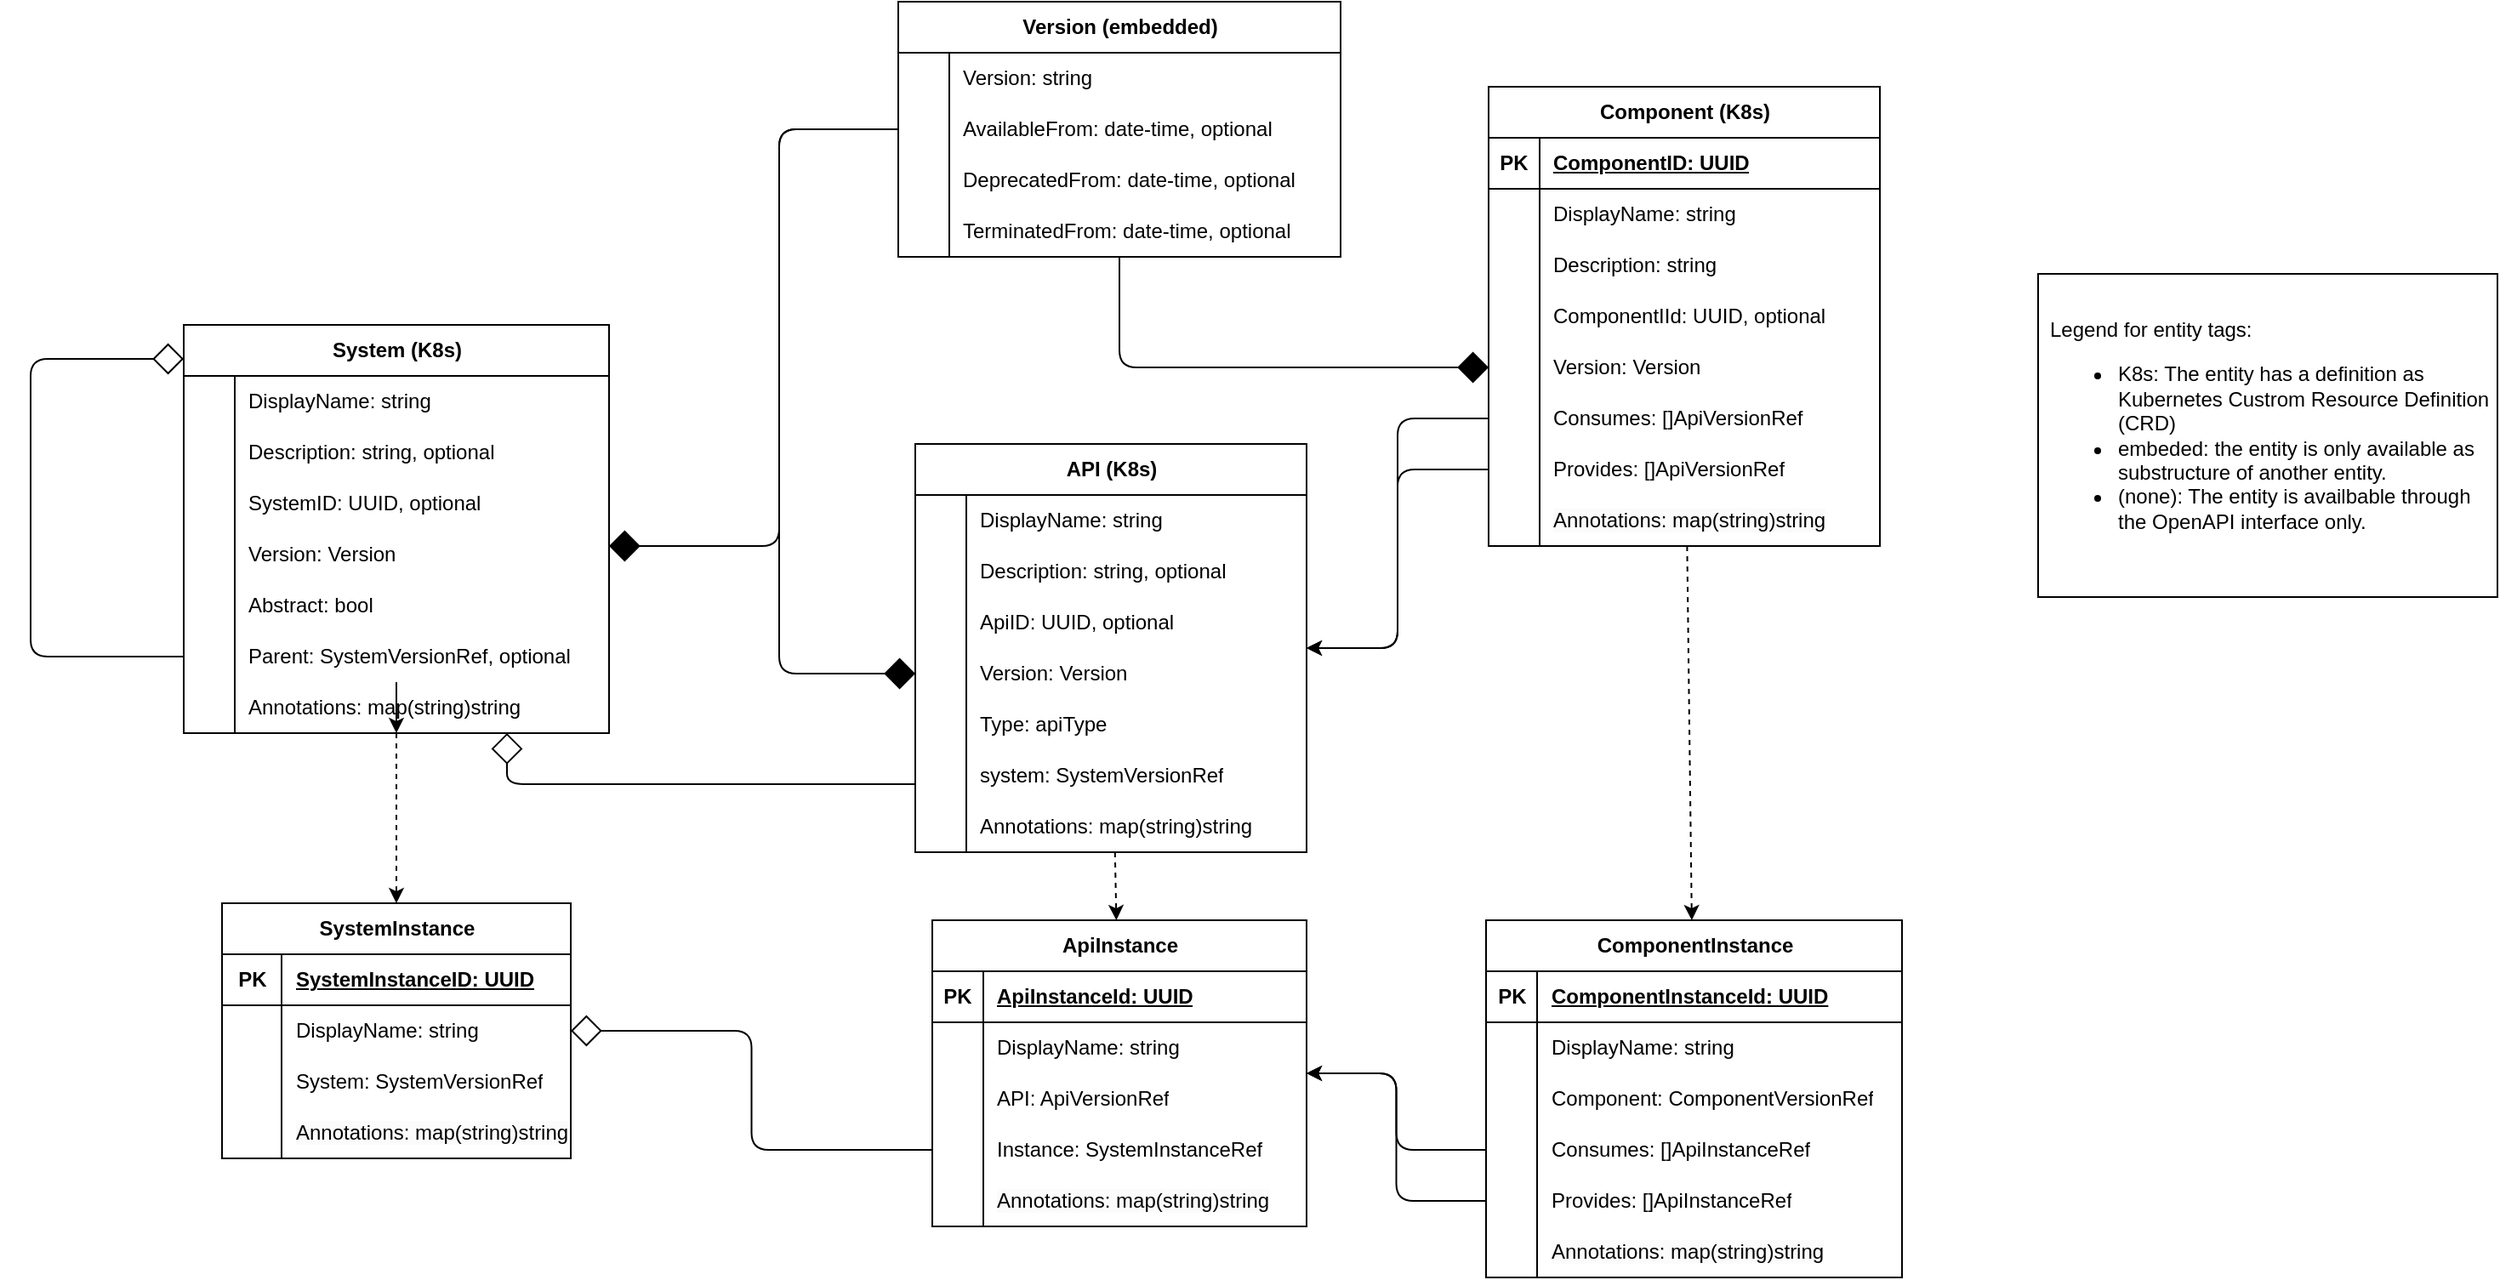
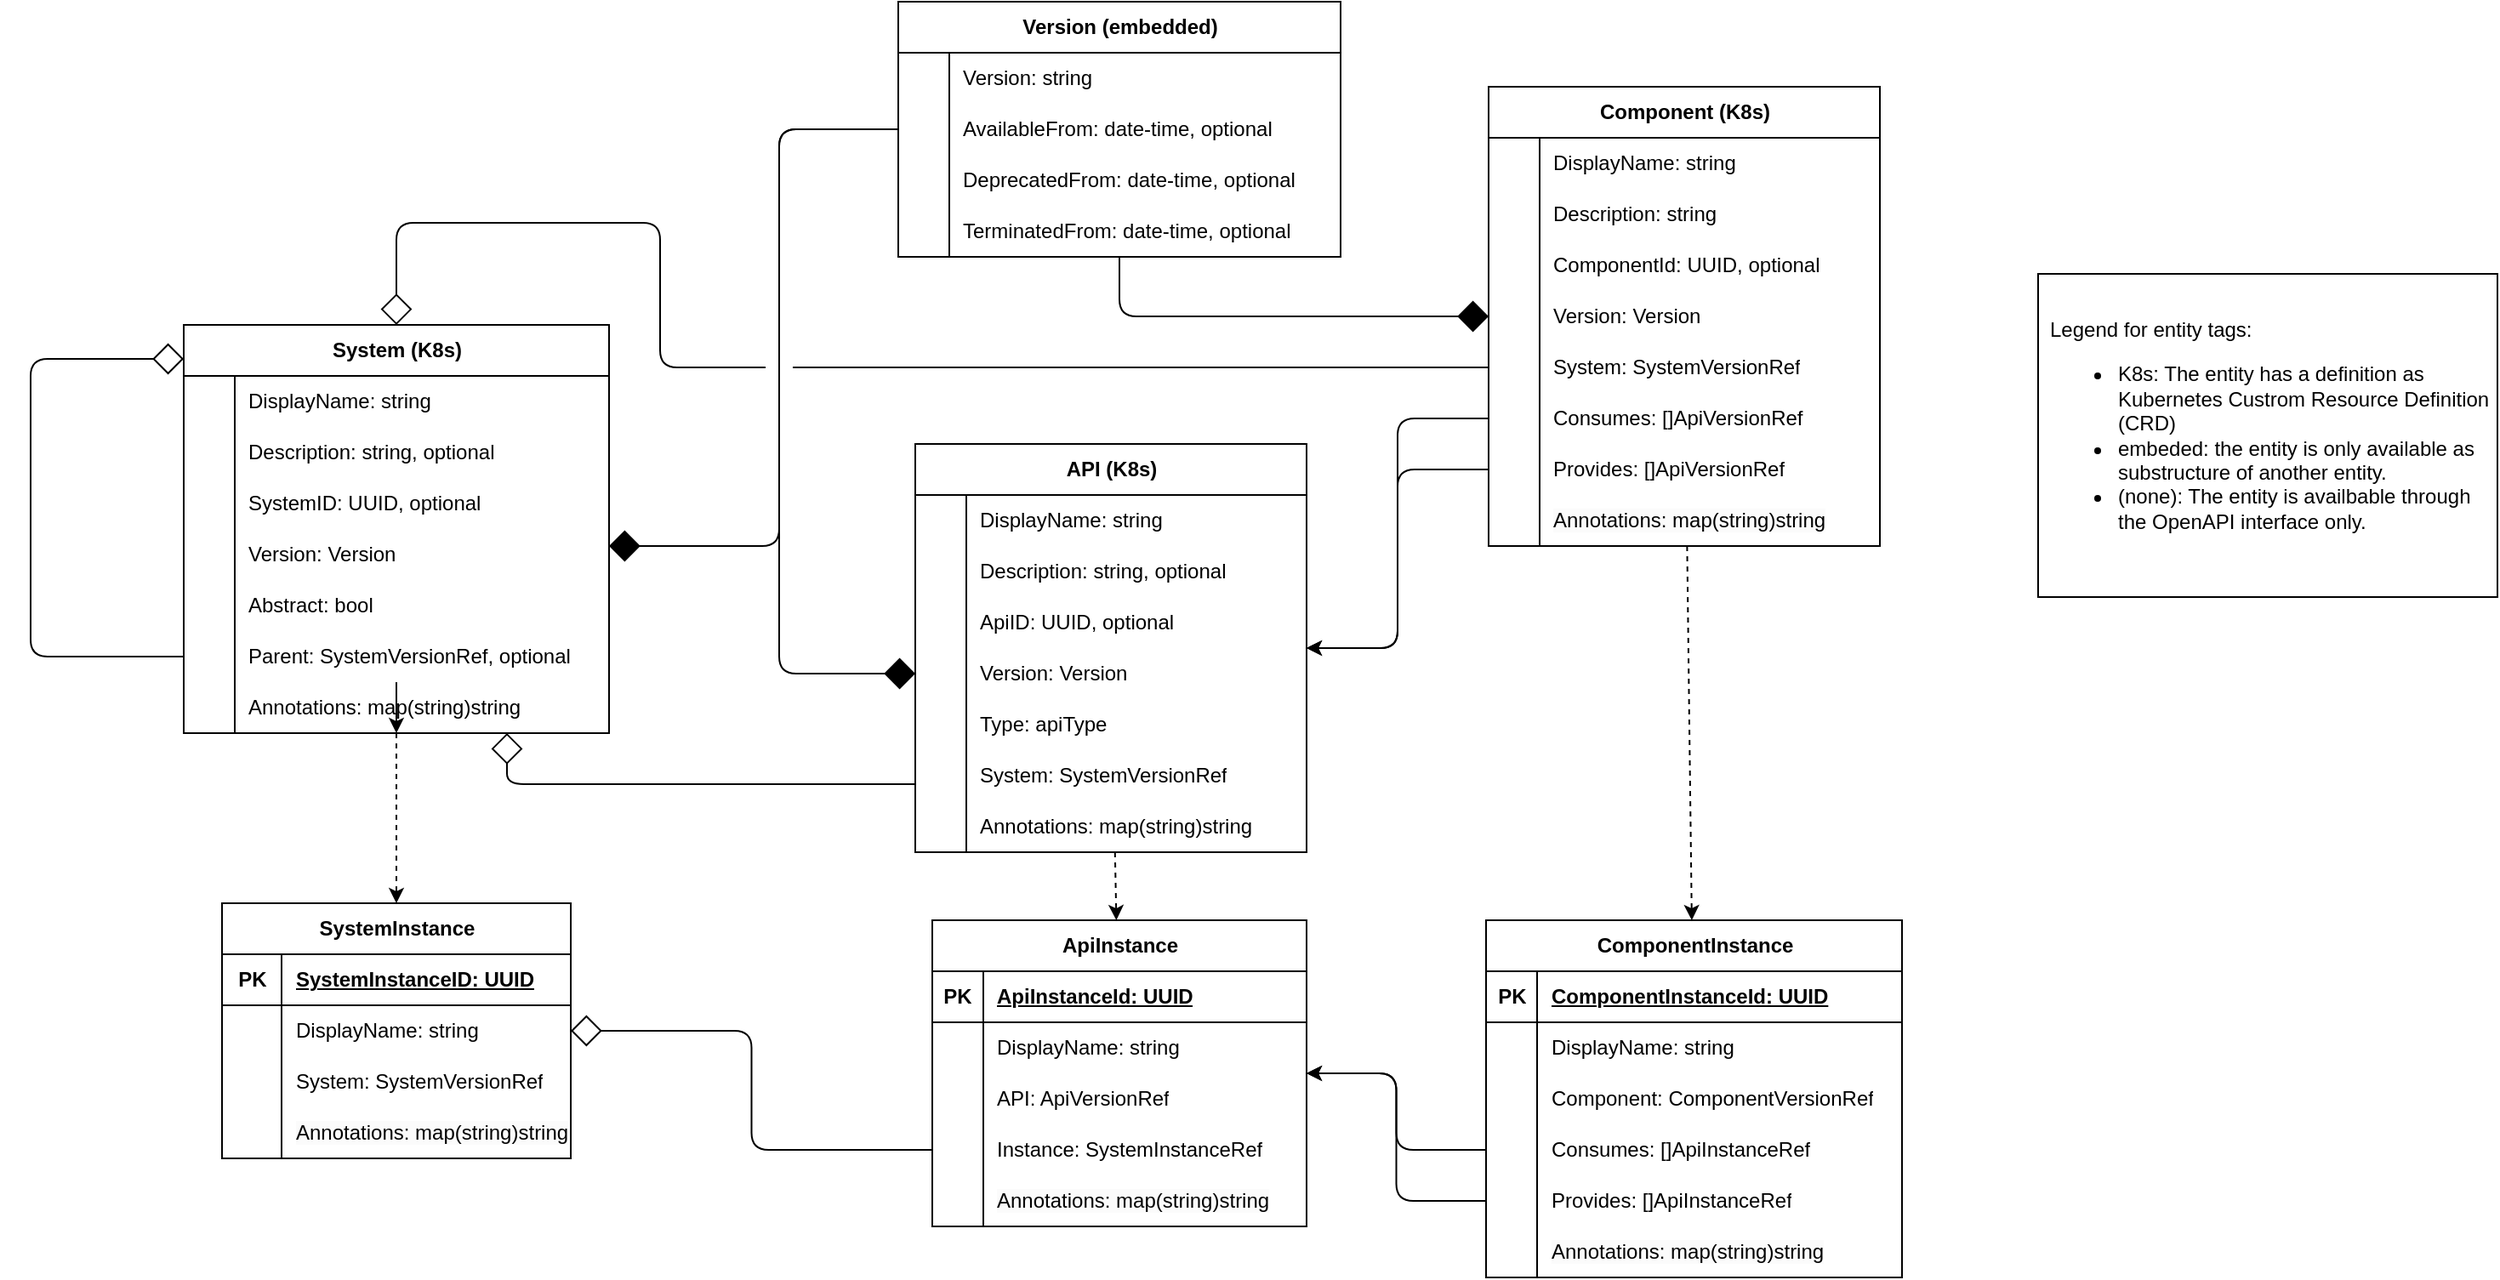
<mxfile host="65bd71144e">
    <diagram id="egGxFhZj15wtIb_rM2Mn" name="Phase 1">
-         <mxGraphModel dx="1864" dy="1625" grid="1" gridSize="10" guides="1" tooltips="1" connect="1" arrows="1" fold="1" page="1" pageScale="1" pageWidth="827" pageHeight="1169" math="0" shadow="0">
+         <mxGraphModel dx="2425" dy="1749" grid="1" gridSize="10" guides="1" tooltips="1" connect="1" arrows="1" fold="1" page="1" pageScale="1" pageWidth="827" pageHeight="1169" math="0" shadow="0">
            <root>
                <mxCell id="0"/>
                <mxCell id="1" parent="0"/>
                <mxCell id="129" style="edgeStyle=none;html=1;dashed=1;" edge="1" parent="1" source="2" target="107">
                    <mxGeometry relative="1" as="geometry"/>
                </mxCell>
                <mxCell id="2" value="System (K8s)" style="shape=table;startSize=30;container=1;collapsible=1;childLayout=tableLayout;fixedRows=1;rowLines=0;fontStyle=1;align=center;resizeLast=1;html=1;" vertex="1" parent="1">
                    <mxGeometry x="-120" y="60" width="250" height="240" as="geometry"/>
                </mxCell>
                <mxCell id="6" value="" style="shape=tableRow;horizontal=0;startSize=0;swimlaneHead=0;swimlaneBody=0;fillColor=none;collapsible=0;dropTarget=0;points=[[0,0.5],[1,0.5]];portConstraint=eastwest;top=0;left=0;right=0;bottom=0;" vertex="1" parent="2">
                    <mxGeometry y="30" width="250" height="30" as="geometry"/>
                </mxCell>
                <mxCell id="7" value="" style="shape=partialRectangle;connectable=0;fillColor=none;top=0;left=0;bottom=0;right=0;editable=1;overflow=hidden;whiteSpace=wrap;html=1;" vertex="1" parent="6">
                    <mxGeometry width="30" height="30" as="geometry">
                        <mxRectangle width="30" height="30" as="alternateBounds"/>
                    </mxGeometry>
                </mxCell>
                <mxCell id="8" value="DisplayName: string" style="shape=partialRectangle;connectable=0;fillColor=none;top=0;left=0;bottom=0;right=0;align=left;spacingLeft=6;overflow=hidden;whiteSpace=wrap;html=1;" vertex="1" parent="6">
                    <mxGeometry x="30" width="220" height="30" as="geometry">
                        <mxRectangle width="220" height="30" as="alternateBounds"/>
                    </mxGeometry>
                </mxCell>
                <mxCell id="151" style="shape=tableRow;horizontal=0;startSize=0;swimlaneHead=0;swimlaneBody=0;fillColor=none;collapsible=0;dropTarget=0;points=[[0,0.5],[1,0.5]];portConstraint=eastwest;top=0;left=0;right=0;bottom=0;" vertex="1" parent="2">
                    <mxGeometry y="60" width="250" height="30" as="geometry"/>
                </mxCell>
                <mxCell id="152" style="shape=partialRectangle;connectable=0;fillColor=none;top=0;left=0;bottom=0;right=0;editable=1;overflow=hidden;whiteSpace=wrap;html=1;" vertex="1" parent="151">
                    <mxGeometry width="30" height="30" as="geometry">
                        <mxRectangle width="30" height="30" as="alternateBounds"/>
                    </mxGeometry>
                </mxCell>
                <mxCell id="153" value="Description: string, optional" style="shape=partialRectangle;connectable=0;fillColor=none;top=0;left=0;bottom=0;right=0;align=left;spacingLeft=6;overflow=hidden;whiteSpace=wrap;html=1;" vertex="1" parent="151">
                    <mxGeometry x="30" width="220" height="30" as="geometry">
                        <mxRectangle width="220" height="30" as="alternateBounds"/>
                    </mxGeometry>
                </mxCell>
                <mxCell id="123" style="shape=tableRow;horizontal=0;startSize=0;swimlaneHead=0;swimlaneBody=0;fillColor=none;collapsible=0;dropTarget=0;points=[[0,0.5],[1,0.5]];portConstraint=eastwest;top=0;left=0;right=0;bottom=0;" vertex="1" parent="2">
                    <mxGeometry y="90" width="250" height="30" as="geometry"/>
                </mxCell>
                <mxCell id="124" style="shape=partialRectangle;connectable=0;fillColor=none;top=0;left=0;bottom=0;right=0;editable=1;overflow=hidden;whiteSpace=wrap;html=1;" vertex="1" parent="123">
                    <mxGeometry width="30" height="30" as="geometry">
                        <mxRectangle width="30" height="30" as="alternateBounds"/>
                    </mxGeometry>
                </mxCell>
                <mxCell id="125" value="SystemID: UUID, optional" style="shape=partialRectangle;connectable=0;fillColor=none;top=0;left=0;bottom=0;right=0;align=left;spacingLeft=6;overflow=hidden;whiteSpace=wrap;html=1;" vertex="1" parent="123">
                    <mxGeometry x="30" width="220" height="30" as="geometry">
                        <mxRectangle width="220" height="30" as="alternateBounds"/>
                    </mxGeometry>
                </mxCell>
                <mxCell id="94" style="shape=tableRow;horizontal=0;startSize=0;swimlaneHead=0;swimlaneBody=0;fillColor=none;collapsible=0;dropTarget=0;points=[[0,0.5],[1,0.5]];portConstraint=eastwest;top=0;left=0;right=0;bottom=0;" vertex="1" parent="2">
                    <mxGeometry y="120" width="250" height="30" as="geometry"/>
                </mxCell>
                <mxCell id="95" style="shape=partialRectangle;connectable=0;fillColor=none;top=0;left=0;bottom=0;right=0;editable=1;overflow=hidden;whiteSpace=wrap;html=1;" vertex="1" parent="94">
                    <mxGeometry width="30" height="30" as="geometry">
                        <mxRectangle width="30" height="30" as="alternateBounds"/>
                    </mxGeometry>
                </mxCell>
                <mxCell id="96" value="Version: Version" style="shape=partialRectangle;connectable=0;fillColor=none;top=0;left=0;bottom=0;right=0;align=left;spacingLeft=6;overflow=hidden;whiteSpace=wrap;html=1;" vertex="1" parent="94">
                    <mxGeometry x="30" width="220" height="30" as="geometry">
                        <mxRectangle width="220" height="30" as="alternateBounds"/>
                    </mxGeometry>
                </mxCell>
                <mxCell id="157" style="shape=tableRow;horizontal=0;startSize=0;swimlaneHead=0;swimlaneBody=0;fillColor=none;collapsible=0;dropTarget=0;points=[[0,0.5],[1,0.5]];portConstraint=eastwest;top=0;left=0;right=0;bottom=0;" vertex="1" parent="2">
                    <mxGeometry y="150" width="250" height="30" as="geometry"/>
                </mxCell>
                <mxCell id="158" style="shape=partialRectangle;connectable=0;fillColor=none;top=0;left=0;bottom=0;right=0;editable=1;overflow=hidden;whiteSpace=wrap;html=1;" vertex="1" parent="157">
                    <mxGeometry width="30" height="30" as="geometry">
                        <mxRectangle width="30" height="30" as="alternateBounds"/>
                    </mxGeometry>
                </mxCell>
                <mxCell id="159" value="Abstract: bool" style="shape=partialRectangle;connectable=0;fillColor=none;top=0;left=0;bottom=0;right=0;align=left;spacingLeft=6;overflow=hidden;whiteSpace=wrap;html=1;" vertex="1" parent="157">
                    <mxGeometry x="30" width="220" height="30" as="geometry">
                        <mxRectangle width="220" height="30" as="alternateBounds"/>
                    </mxGeometry>
                </mxCell>
                <mxCell id="172" style="shape=tableRow;horizontal=0;startSize=0;swimlaneHead=0;swimlaneBody=0;fillColor=none;collapsible=0;dropTarget=0;points=[[0,0.5],[1,0.5]];portConstraint=eastwest;top=0;left=0;right=0;bottom=0;" vertex="1" parent="2">
                    <mxGeometry y="180" width="250" height="30" as="geometry"/>
                </mxCell>
                <mxCell id="173" style="shape=partialRectangle;connectable=0;fillColor=none;top=0;left=0;bottom=0;right=0;editable=1;overflow=hidden;whiteSpace=wrap;html=1;" vertex="1" parent="172">
                    <mxGeometry width="30" height="30" as="geometry">
                        <mxRectangle width="30" height="30" as="alternateBounds"/>
                    </mxGeometry>
                </mxCell>
                <mxCell id="174" value="Parent: SystemVersionRef, optional" style="shape=partialRectangle;connectable=0;fillColor=none;top=0;left=0;bottom=0;right=0;align=left;spacingLeft=6;overflow=hidden;whiteSpace=wrap;html=1;" vertex="1" parent="172">
                    <mxGeometry x="30" width="220" height="30" as="geometry">
                        <mxRectangle width="220" height="30" as="alternateBounds"/>
                    </mxGeometry>
                </mxCell>
                <mxCell id="190" style="shape=tableRow;horizontal=0;startSize=0;swimlaneHead=0;swimlaneBody=0;fillColor=none;collapsible=0;dropTarget=0;points=[[0,0.5],[1,0.5]];portConstraint=eastwest;top=0;left=0;right=0;bottom=0;" vertex="1" parent="2">
                    <mxGeometry y="210" width="250" height="30" as="geometry"/>
                </mxCell>
                <mxCell id="191" style="shape=partialRectangle;connectable=0;fillColor=none;top=0;left=0;bottom=0;right=0;editable=1;overflow=hidden;whiteSpace=wrap;html=1;" vertex="1" parent="190">
                    <mxGeometry width="30" height="30" as="geometry">
                        <mxRectangle width="30" height="30" as="alternateBounds"/>
                    </mxGeometry>
                </mxCell>
                <mxCell id="192" value="Annotations: map(string)string" style="shape=partialRectangle;connectable=0;fillColor=none;top=0;left=0;bottom=0;right=0;align=left;spacingLeft=6;overflow=hidden;whiteSpace=wrap;html=1;" vertex="1" parent="190">
                    <mxGeometry x="30" width="220" height="30" as="geometry">
                        <mxRectangle width="220" height="30" as="alternateBounds"/>
                    </mxGeometry>
                </mxCell>
                <mxCell id="176" style="edgeStyle=orthogonalEdgeStyle;html=1;endArrow=diamond;endFill=0;endSize=16;startSize=16;" edge="1" parent="2" source="172" target="2">
                    <mxGeometry relative="1" as="geometry">
                        <mxPoint x="10" y="280" as="targetPoint"/>
                        <Array as="points">
                            <mxPoint x="-90" y="195"/>
                            <mxPoint x="-90" y="20"/>
                        </Array>
                    </mxGeometry>
                </mxCell>
                <mxCell id="99" style="edgeStyle=none;html=1;dashed=1;" edge="1" parent="1" source="30" target="44">
                    <mxGeometry relative="1" as="geometry">
                        <mxPoint x="427.727272727273" y="400" as="sourcePoint"/>
                    </mxGeometry>
                </mxCell>
                <mxCell id="30" value="API (K8s)" style="shape=table;startSize=30;container=1;collapsible=1;childLayout=tableLayout;fixedRows=1;rowLines=0;fontStyle=1;align=center;resizeLast=1;html=1;" vertex="1" parent="1">
                    <mxGeometry x="310" y="130" width="230" height="240" as="geometry"/>
                </mxCell>
                <mxCell id="34" value="" style="shape=tableRow;horizontal=0;startSize=0;swimlaneHead=0;swimlaneBody=0;fillColor=none;collapsible=0;dropTarget=0;points=[[0,0.5],[1,0.5]];portConstraint=eastwest;top=0;left=0;right=0;bottom=0;" vertex="1" parent="30">
                    <mxGeometry y="30" width="230" height="30" as="geometry"/>
                </mxCell>
                <mxCell id="35" value="" style="shape=partialRectangle;connectable=0;fillColor=none;top=0;left=0;bottom=0;right=0;editable=1;overflow=hidden;whiteSpace=wrap;html=1;" vertex="1" parent="34">
                    <mxGeometry width="30" height="30" as="geometry">
                        <mxRectangle width="30" height="30" as="alternateBounds"/>
                    </mxGeometry>
                </mxCell>
                <mxCell id="36" value="DisplayName: string" style="shape=partialRectangle;connectable=0;fillColor=none;top=0;left=0;bottom=0;right=0;align=left;spacingLeft=6;overflow=hidden;whiteSpace=wrap;html=1;" vertex="1" parent="34">
                    <mxGeometry x="30" width="200" height="30" as="geometry">
                        <mxRectangle width="200" height="30" as="alternateBounds"/>
                    </mxGeometry>
                </mxCell>
                <mxCell id="154" style="shape=tableRow;horizontal=0;startSize=0;swimlaneHead=0;swimlaneBody=0;fillColor=none;collapsible=0;dropTarget=0;points=[[0,0.5],[1,0.5]];portConstraint=eastwest;top=0;left=0;right=0;bottom=0;" vertex="1" parent="30">
                    <mxGeometry y="60" width="230" height="30" as="geometry"/>
                </mxCell>
                <mxCell id="155" style="shape=partialRectangle;connectable=0;fillColor=none;top=0;left=0;bottom=0;right=0;editable=1;overflow=hidden;whiteSpace=wrap;html=1;" vertex="1" parent="154">
                    <mxGeometry width="30" height="30" as="geometry">
                        <mxRectangle width="30" height="30" as="alternateBounds"/>
                    </mxGeometry>
                </mxCell>
                <mxCell id="156" value="Description: string, optional" style="shape=partialRectangle;connectable=0;fillColor=none;top=0;left=0;bottom=0;right=0;align=left;spacingLeft=6;overflow=hidden;whiteSpace=wrap;html=1;" vertex="1" parent="154">
                    <mxGeometry x="30" width="200" height="30" as="geometry">
                        <mxRectangle width="200" height="30" as="alternateBounds"/>
                    </mxGeometry>
                </mxCell>
                <mxCell id="126" style="shape=tableRow;horizontal=0;startSize=0;swimlaneHead=0;swimlaneBody=0;fillColor=none;collapsible=0;dropTarget=0;points=[[0,0.5],[1,0.5]];portConstraint=eastwest;top=0;left=0;right=0;bottom=0;" vertex="1" parent="30">
                    <mxGeometry y="90" width="230" height="30" as="geometry"/>
                </mxCell>
                <mxCell id="127" style="shape=partialRectangle;connectable=0;fillColor=none;top=0;left=0;bottom=0;right=0;editable=1;overflow=hidden;whiteSpace=wrap;html=1;" vertex="1" parent="126">
                    <mxGeometry width="30" height="30" as="geometry">
                        <mxRectangle width="30" height="30" as="alternateBounds"/>
                    </mxGeometry>
                </mxCell>
                <mxCell id="128" value="ApiID: UUID, optional" style="shape=partialRectangle;connectable=0;fillColor=none;top=0;left=0;bottom=0;right=0;align=left;spacingLeft=6;overflow=hidden;whiteSpace=wrap;html=1;" vertex="1" parent="126">
                    <mxGeometry x="30" width="200" height="30" as="geometry">
                        <mxRectangle width="200" height="30" as="alternateBounds"/>
                    </mxGeometry>
                </mxCell>
                <mxCell id="89" style="shape=tableRow;horizontal=0;startSize=0;swimlaneHead=0;swimlaneBody=0;fillColor=none;collapsible=0;dropTarget=0;points=[[0,0.5],[1,0.5]];portConstraint=eastwest;top=0;left=0;right=0;bottom=0;" vertex="1" parent="30">
                    <mxGeometry y="120" width="230" height="30" as="geometry"/>
                </mxCell>
                <mxCell id="90" style="shape=partialRectangle;connectable=0;fillColor=none;top=0;left=0;bottom=0;right=0;editable=1;overflow=hidden;whiteSpace=wrap;html=1;" vertex="1" parent="89">
                    <mxGeometry width="30" height="30" as="geometry">
                        <mxRectangle width="30" height="30" as="alternateBounds"/>
                    </mxGeometry>
                </mxCell>
                <mxCell id="91" value="Version: Version" style="shape=partialRectangle;connectable=0;fillColor=none;top=0;left=0;bottom=0;right=0;align=left;spacingLeft=6;overflow=hidden;whiteSpace=wrap;html=1;" vertex="1" parent="89">
                    <mxGeometry x="30" width="200" height="30" as="geometry">
                        <mxRectangle width="200" height="30" as="alternateBounds"/>
                    </mxGeometry>
                </mxCell>
                <mxCell id="37" value="" style="shape=tableRow;horizontal=0;startSize=0;swimlaneHead=0;swimlaneBody=0;fillColor=none;collapsible=0;dropTarget=0;points=[[0,0.5],[1,0.5]];portConstraint=eastwest;top=0;left=0;right=0;bottom=0;" vertex="1" parent="30">
                    <mxGeometry y="150" width="230" height="30" as="geometry"/>
                </mxCell>
                <mxCell id="38" value="" style="shape=partialRectangle;connectable=0;fillColor=none;top=0;left=0;bottom=0;right=0;editable=1;overflow=hidden;whiteSpace=wrap;html=1;" vertex="1" parent="37">
                    <mxGeometry width="30" height="30" as="geometry">
                        <mxRectangle width="30" height="30" as="alternateBounds"/>
                    </mxGeometry>
                </mxCell>
                <mxCell id="39" value="Type: apiType" style="shape=partialRectangle;connectable=0;fillColor=none;top=0;left=0;bottom=0;right=0;align=left;spacingLeft=6;overflow=hidden;whiteSpace=wrap;html=1;" vertex="1" parent="37">
                    <mxGeometry x="30" width="200" height="30" as="geometry">
                        <mxRectangle width="200" height="30" as="alternateBounds"/>
                    </mxGeometry>
                </mxCell>
                <mxCell id="40" value="" style="shape=tableRow;horizontal=0;startSize=0;swimlaneHead=0;swimlaneBody=0;fillColor=none;collapsible=0;dropTarget=0;points=[[0,0.5],[1,0.5]];portConstraint=eastwest;top=0;left=0;right=0;bottom=0;" vertex="1" parent="30">
                    <mxGeometry y="180" width="230" height="30" as="geometry"/>
                </mxCell>
                <mxCell id="41" value="" style="shape=partialRectangle;connectable=0;fillColor=none;top=0;left=0;bottom=0;right=0;editable=1;overflow=hidden;whiteSpace=wrap;html=1;" vertex="1" parent="40">
                    <mxGeometry width="30" height="30" as="geometry">
                        <mxRectangle width="30" height="30" as="alternateBounds"/>
                    </mxGeometry>
                </mxCell>
-                 <mxCell id="42" value="system: SystemVersionRef" style="shape=partialRectangle;connectable=0;fillColor=none;top=0;left=0;bottom=0;right=0;align=left;spacingLeft=6;overflow=hidden;whiteSpace=wrap;html=1;" vertex="1" parent="40">
+                 <mxCell id="42" value="System: SystemVersionRef" style="shape=partialRectangle;connectable=0;fillColor=none;top=0;left=0;bottom=0;right=0;align=left;spacingLeft=6;overflow=hidden;whiteSpace=wrap;html=1;" vertex="1" parent="40">
                    <mxGeometry x="30" width="200" height="30" as="geometry">
                        <mxRectangle width="200" height="30" as="alternateBounds"/>
                    </mxGeometry>
                </mxCell>
                <mxCell id="193" style="shape=tableRow;horizontal=0;startSize=0;swimlaneHead=0;swimlaneBody=0;fillColor=none;collapsible=0;dropTarget=0;points=[[0,0.5],[1,0.5]];portConstraint=eastwest;top=0;left=0;right=0;bottom=0;" vertex="1" parent="30">
                    <mxGeometry y="210" width="230" height="30" as="geometry"/>
                </mxCell>
                <mxCell id="194" style="shape=partialRectangle;connectable=0;fillColor=none;top=0;left=0;bottom=0;right=0;editable=1;overflow=hidden;whiteSpace=wrap;html=1;" vertex="1" parent="193">
                    <mxGeometry width="30" height="30" as="geometry">
                        <mxRectangle width="30" height="30" as="alternateBounds"/>
                    </mxGeometry>
                </mxCell>
                <mxCell id="195" value="&lt;span style=&quot;color: rgb(0, 0, 0);&quot;&gt;Annotations: map(string)string&lt;/span&gt;" style="shape=partialRectangle;connectable=0;fillColor=none;top=0;left=0;bottom=0;right=0;align=left;spacingLeft=6;overflow=hidden;whiteSpace=wrap;html=1;" vertex="1" parent="193">
                    <mxGeometry x="30" width="200" height="30" as="geometry">
                        <mxRectangle width="200" height="30" as="alternateBounds"/>
                    </mxGeometry>
                </mxCell>
                <mxCell id="43" style="edgeStyle=orthogonalEdgeStyle;html=1;endArrow=diamond;endFill=0;endSize=16;" edge="1" parent="1" source="40" target="2">
                    <mxGeometry relative="1" as="geometry">
                        <Array as="points">
                            <mxPoint x="70" y="330"/>
                        </Array>
                    </mxGeometry>
                </mxCell>
                <mxCell id="175" style="edgeStyle=none;html=1;" edge="1" parent="1" source="172" target="2">
                    <mxGeometry relative="1" as="geometry"/>
                </mxCell>
                <mxCell id="44" value="ApiInstance" style="shape=table;startSize=30;container=1;collapsible=1;childLayout=tableLayout;fixedRows=1;rowLines=0;fontStyle=1;align=center;resizeLast=1;html=1;" vertex="1" parent="1">
                    <mxGeometry x="320" y="410" width="220" height="180" as="geometry"/>
                </mxCell>
                <mxCell id="45" value="" style="shape=tableRow;horizontal=0;startSize=0;swimlaneHead=0;swimlaneBody=0;fillColor=none;collapsible=0;dropTarget=0;points=[[0,0.5],[1,0.5]];portConstraint=eastwest;top=0;left=0;right=0;bottom=1;" vertex="1" parent="44">
                    <mxGeometry y="30" width="220" height="30" as="geometry"/>
                </mxCell>
                <mxCell id="46" value="PK" style="shape=partialRectangle;connectable=0;fillColor=none;top=0;left=0;bottom=0;right=0;fontStyle=1;overflow=hidden;whiteSpace=wrap;html=1;" vertex="1" parent="45">
                    <mxGeometry width="30" height="30" as="geometry">
                        <mxRectangle width="30" height="30" as="alternateBounds"/>
                    </mxGeometry>
                </mxCell>
                <mxCell id="47" value="ApiInstanceId: UUID" style="shape=partialRectangle;connectable=0;fillColor=none;top=0;left=0;bottom=0;right=0;align=left;spacingLeft=6;fontStyle=5;overflow=hidden;whiteSpace=wrap;html=1;" vertex="1" parent="45">
                    <mxGeometry x="30" width="190" height="30" as="geometry">
                        <mxRectangle width="190" height="30" as="alternateBounds"/>
                    </mxGeometry>
                </mxCell>
                <mxCell id="48" value="" style="shape=tableRow;horizontal=0;startSize=0;swimlaneHead=0;swimlaneBody=0;fillColor=none;collapsible=0;dropTarget=0;points=[[0,0.5],[1,0.5]];portConstraint=eastwest;top=0;left=0;right=0;bottom=0;" vertex="1" parent="44">
                    <mxGeometry y="60" width="220" height="30" as="geometry"/>
                </mxCell>
                <mxCell id="49" value="" style="shape=partialRectangle;connectable=0;fillColor=none;top=0;left=0;bottom=0;right=0;editable=1;overflow=hidden;whiteSpace=wrap;html=1;" vertex="1" parent="48">
                    <mxGeometry width="30" height="30" as="geometry">
                        <mxRectangle width="30" height="30" as="alternateBounds"/>
                    </mxGeometry>
                </mxCell>
                <mxCell id="50" value="DisplayName: string" style="shape=partialRectangle;connectable=0;fillColor=none;top=0;left=0;bottom=0;right=0;align=left;spacingLeft=6;overflow=hidden;whiteSpace=wrap;html=1;" vertex="1" parent="48">
                    <mxGeometry x="30" width="190" height="30" as="geometry">
                        <mxRectangle width="190" height="30" as="alternateBounds"/>
                    </mxGeometry>
                </mxCell>
                <mxCell id="51" value="" style="shape=tableRow;horizontal=0;startSize=0;swimlaneHead=0;swimlaneBody=0;fillColor=none;collapsible=0;dropTarget=0;points=[[0,0.5],[1,0.5]];portConstraint=eastwest;top=0;left=0;right=0;bottom=0;" vertex="1" parent="44">
                    <mxGeometry y="90" width="220" height="30" as="geometry"/>
                </mxCell>
                <mxCell id="52" value="" style="shape=partialRectangle;connectable=0;fillColor=none;top=0;left=0;bottom=0;right=0;editable=1;overflow=hidden;whiteSpace=wrap;html=1;" vertex="1" parent="51">
                    <mxGeometry width="30" height="30" as="geometry">
                        <mxRectangle width="30" height="30" as="alternateBounds"/>
                    </mxGeometry>
                </mxCell>
                <mxCell id="53" value="API: ApiVersionRef" style="shape=partialRectangle;connectable=0;fillColor=none;top=0;left=0;bottom=0;right=0;align=left;spacingLeft=6;overflow=hidden;whiteSpace=wrap;html=1;" vertex="1" parent="51">
                    <mxGeometry x="30" width="190" height="30" as="geometry">
                        <mxRectangle width="190" height="30" as="alternateBounds"/>
                    </mxGeometry>
                </mxCell>
                <mxCell id="54" value="" style="shape=tableRow;horizontal=0;startSize=0;swimlaneHead=0;swimlaneBody=0;fillColor=none;collapsible=0;dropTarget=0;points=[[0,0.5],[1,0.5]];portConstraint=eastwest;top=0;left=0;right=0;bottom=0;" vertex="1" parent="44">
                    <mxGeometry y="120" width="220" height="30" as="geometry"/>
                </mxCell>
                <mxCell id="55" value="" style="shape=partialRectangle;connectable=0;fillColor=none;top=0;left=0;bottom=0;right=0;editable=1;overflow=hidden;whiteSpace=wrap;html=1;" vertex="1" parent="54">
                    <mxGeometry width="30" height="30" as="geometry">
                        <mxRectangle width="30" height="30" as="alternateBounds"/>
                    </mxGeometry>
                </mxCell>
                <mxCell id="56" value="Instance: SystemInstanceRef" style="shape=partialRectangle;connectable=0;fillColor=none;top=0;left=0;bottom=0;right=0;align=left;spacingLeft=6;overflow=hidden;whiteSpace=wrap;html=1;" vertex="1" parent="54">
                    <mxGeometry x="30" width="190" height="30" as="geometry">
                        <mxRectangle width="190" height="30" as="alternateBounds"/>
                    </mxGeometry>
                </mxCell>
                <mxCell id="202" style="shape=tableRow;horizontal=0;startSize=0;swimlaneHead=0;swimlaneBody=0;fillColor=none;collapsible=0;dropTarget=0;points=[[0,0.5],[1,0.5]];portConstraint=eastwest;top=0;left=0;right=0;bottom=0;" vertex="1" parent="44">
                    <mxGeometry y="150" width="220" height="30" as="geometry"/>
                </mxCell>
                <mxCell id="203" style="shape=partialRectangle;connectable=0;fillColor=none;top=0;left=0;bottom=0;right=0;editable=1;overflow=hidden;whiteSpace=wrap;html=1;" vertex="1" parent="202">
                    <mxGeometry width="30" height="30" as="geometry">
                        <mxRectangle width="30" height="30" as="alternateBounds"/>
                    </mxGeometry>
                </mxCell>
                <mxCell id="204" value="&lt;span style=&quot;color: rgb(0, 0, 0); font-family: Helvetica; font-size: 12px; font-style: normal; font-variant-ligatures: normal; font-variant-caps: normal; font-weight: 400; letter-spacing: normal; orphans: 2; text-align: left; text-indent: 0px; text-transform: none; widows: 2; word-spacing: 0px; -webkit-text-stroke-width: 0px; white-space: normal; background-color: rgb(251, 251, 251); text-decoration-thickness: initial; text-decoration-style: initial; text-decoration-color: initial; display: inline !important; float: none;&quot;&gt;Annotations: map(string)string&lt;/span&gt;" style="shape=partialRectangle;connectable=0;fillColor=none;top=0;left=0;bottom=0;right=0;align=left;spacingLeft=6;overflow=hidden;whiteSpace=wrap;html=1;" vertex="1" parent="202">
                    <mxGeometry x="30" width="190" height="30" as="geometry">
                        <mxRectangle width="190" height="30" as="alternateBounds"/>
                    </mxGeometry>
                </mxCell>
                <mxCell id="148" style="edgeStyle=none;html=1;dashed=1;" edge="1" parent="1" source="60" target="133">
                    <mxGeometry relative="1" as="geometry"/>
                </mxCell>
                <mxCell id="60" value="Component (K8s)" style="shape=table;startSize=30;container=1;collapsible=1;childLayout=tableLayout;fixedRows=1;rowLines=0;fontStyle=1;align=center;resizeLast=1;html=1;" vertex="1" parent="1">
                    <mxGeometry x="647" y="-80" width="230" height="270" as="geometry"/>
                </mxCell>
-                 <mxCell id="104" value="" style="shape=tableRow;horizontal=0;startSize=0;swimlaneHead=0;swimlaneBody=0;fillColor=none;collapsible=0;dropTarget=0;points=[[0,0.5],[1,0.5]];portConstraint=eastwest;top=0;left=0;right=0;bottom=1;" vertex="1" parent="60">
+                 <mxCell id="64" value="" style="shape=tableRow;horizontal=0;startSize=0;swimlaneHead=0;swimlaneBody=0;fillColor=none;collapsible=0;dropTarget=0;points=[[0,0.5],[1,0.5]];portConstraint=eastwest;top=0;left=0;right=0;bottom=0;" vertex="1" parent="60">
                    <mxGeometry y="30" width="230" height="30" as="geometry"/>
                </mxCell>
-                 <mxCell id="105" value="PK" style="shape=partialRectangle;connectable=0;fillColor=none;top=0;left=0;bottom=0;right=0;fontStyle=1;overflow=hidden;whiteSpace=wrap;html=1;" vertex="1" parent="104">
-                     <mxGeometry width="30" height="30" as="geometry">
-                         <mxRectangle width="30" height="30" as="alternateBounds"/>
-                     </mxGeometry>
-                 </mxCell>
-                 <mxCell id="106" value="ComponentID: UUID" style="shape=partialRectangle;connectable=0;fillColor=none;top=0;left=0;bottom=0;right=0;align=left;spacingLeft=6;fontStyle=5;overflow=hidden;whiteSpace=wrap;html=1;" vertex="1" parent="104">
-                     <mxGeometry x="30" width="200" height="30" as="geometry">
-                         <mxRectangle width="200" height="30" as="alternateBounds"/>
-                     </mxGeometry>
-                 </mxCell>
-                 <mxCell id="64" value="" style="shape=tableRow;horizontal=0;startSize=0;swimlaneHead=0;swimlaneBody=0;fillColor=none;collapsible=0;dropTarget=0;points=[[0,0.5],[1,0.5]];portConstraint=eastwest;top=0;left=0;right=0;bottom=0;" vertex="1" parent="60">
+                 <mxCell id="65" value="" style="shape=partialRectangle;connectable=0;fillColor=none;top=0;left=0;bottom=0;right=0;editable=1;overflow=hidden;whiteSpace=wrap;html=1;" vertex="1" parent="64">
+                     <mxGeometry width="30" height="30" as="geometry">
+                         <mxRectangle width="30" height="30" as="alternateBounds"/>
+                     </mxGeometry>
+                 </mxCell>
+                 <mxCell id="66" value="DisplayName: string" style="shape=partialRectangle;connectable=0;fillColor=none;top=0;left=0;bottom=0;right=0;align=left;spacingLeft=6;overflow=hidden;whiteSpace=wrap;html=1;" vertex="1" parent="64">
+                     <mxGeometry x="30" width="200" height="30" as="geometry">
+                         <mxRectangle width="200" height="30" as="alternateBounds"/>
+                     </mxGeometry>
+                 </mxCell>
+                 <mxCell id="163" style="shape=tableRow;horizontal=0;startSize=0;swimlaneHead=0;swimlaneBody=0;fillColor=none;collapsible=0;dropTarget=0;points=[[0,0.5],[1,0.5]];portConstraint=eastwest;top=0;left=0;right=0;bottom=0;" vertex="1" parent="60">
                    <mxGeometry y="60" width="230" height="30" as="geometry"/>
                </mxCell>
-                 <mxCell id="65" value="" style="shape=partialRectangle;connectable=0;fillColor=none;top=0;left=0;bottom=0;right=0;editable=1;overflow=hidden;whiteSpace=wrap;html=1;" vertex="1" parent="64">
-                     <mxGeometry width="30" height="30" as="geometry">
-                         <mxRectangle width="30" height="30" as="alternateBounds"/>
-                     </mxGeometry>
-                 </mxCell>
-                 <mxCell id="66" value="DisplayName: string" style="shape=partialRectangle;connectable=0;fillColor=none;top=0;left=0;bottom=0;right=0;align=left;spacingLeft=6;overflow=hidden;whiteSpace=wrap;html=1;" vertex="1" parent="64">
-                     <mxGeometry x="30" width="200" height="30" as="geometry">
-                         <mxRectangle width="200" height="30" as="alternateBounds"/>
-                     </mxGeometry>
-                 </mxCell>
-                 <mxCell id="163" style="shape=tableRow;horizontal=0;startSize=0;swimlaneHead=0;swimlaneBody=0;fillColor=none;collapsible=0;dropTarget=0;points=[[0,0.5],[1,0.5]];portConstraint=eastwest;top=0;left=0;right=0;bottom=0;" vertex="1" parent="60">
+                 <mxCell id="164" style="shape=partialRectangle;connectable=0;fillColor=none;top=0;left=0;bottom=0;right=0;editable=1;overflow=hidden;whiteSpace=wrap;html=1;" vertex="1" parent="163">
+                     <mxGeometry width="30" height="30" as="geometry">
+                         <mxRectangle width="30" height="30" as="alternateBounds"/>
+                     </mxGeometry>
+                 </mxCell>
+                 <mxCell id="165" value="Description: string" style="shape=partialRectangle;connectable=0;fillColor=none;top=0;left=0;bottom=0;right=0;align=left;spacingLeft=6;overflow=hidden;whiteSpace=wrap;html=1;" vertex="1" parent="163">
+                     <mxGeometry x="30" width="200" height="30" as="geometry">
+                         <mxRectangle width="200" height="30" as="alternateBounds"/>
+                     </mxGeometry>
+                 </mxCell>
+                 <mxCell id="160" style="shape=tableRow;horizontal=0;startSize=0;swimlaneHead=0;swimlaneBody=0;fillColor=none;collapsible=0;dropTarget=0;points=[[0,0.5],[1,0.5]];portConstraint=eastwest;top=0;left=0;right=0;bottom=0;" vertex="1" parent="60">
                    <mxGeometry y="90" width="230" height="30" as="geometry"/>
                </mxCell>
-                 <mxCell id="164" style="shape=partialRectangle;connectable=0;fillColor=none;top=0;left=0;bottom=0;right=0;editable=1;overflow=hidden;whiteSpace=wrap;html=1;" vertex="1" parent="163">
-                     <mxGeometry width="30" height="30" as="geometry">
-                         <mxRectangle width="30" height="30" as="alternateBounds"/>
-                     </mxGeometry>
-                 </mxCell>
-                 <mxCell id="165" value="Description: string" style="shape=partialRectangle;connectable=0;fillColor=none;top=0;left=0;bottom=0;right=0;align=left;spacingLeft=6;overflow=hidden;whiteSpace=wrap;html=1;" vertex="1" parent="163">
-                     <mxGeometry x="30" width="200" height="30" as="geometry">
-                         <mxRectangle width="200" height="30" as="alternateBounds"/>
-                     </mxGeometry>
-                 </mxCell>
-                 <mxCell id="160" style="shape=tableRow;horizontal=0;startSize=0;swimlaneHead=0;swimlaneBody=0;fillColor=none;collapsible=0;dropTarget=0;points=[[0,0.5],[1,0.5]];portConstraint=eastwest;top=0;left=0;right=0;bottom=0;" vertex="1" parent="60">
+                 <mxCell id="161" style="shape=partialRectangle;connectable=0;fillColor=none;top=0;left=0;bottom=0;right=0;editable=1;overflow=hidden;whiteSpace=wrap;html=1;" vertex="1" parent="160">
+                     <mxGeometry width="30" height="30" as="geometry">
+                         <mxRectangle width="30" height="30" as="alternateBounds"/>
+                     </mxGeometry>
+                 </mxCell>
+                 <mxCell id="162" value="ComponentId: UUID, optional" style="shape=partialRectangle;connectable=0;fillColor=none;top=0;left=0;bottom=0;right=0;align=left;spacingLeft=6;overflow=hidden;whiteSpace=wrap;html=1;" vertex="1" parent="160">
+                     <mxGeometry x="30" width="200" height="30" as="geometry">
+                         <mxRectangle width="200" height="30" as="alternateBounds"/>
+                     </mxGeometry>
+                 </mxCell>
+                 <mxCell id="67" value="" style="shape=tableRow;horizontal=0;startSize=0;swimlaneHead=0;swimlaneBody=0;fillColor=none;collapsible=0;dropTarget=0;points=[[0,0.5],[1,0.5]];portConstraint=eastwest;top=0;left=0;right=0;bottom=0;" vertex="1" parent="60">
                    <mxGeometry y="120" width="230" height="30" as="geometry"/>
                </mxCell>
-                 <mxCell id="161" style="shape=partialRectangle;connectable=0;fillColor=none;top=0;left=0;bottom=0;right=0;editable=1;overflow=hidden;whiteSpace=wrap;html=1;" vertex="1" parent="160">
-                     <mxGeometry width="30" height="30" as="geometry">
-                         <mxRectangle width="30" height="30" as="alternateBounds"/>
-                     </mxGeometry>
-                 </mxCell>
-                 <mxCell id="162" value="ComponentIId: UUID, optional" style="shape=partialRectangle;connectable=0;fillColor=none;top=0;left=0;bottom=0;right=0;align=left;spacingLeft=6;overflow=hidden;whiteSpace=wrap;html=1;" vertex="1" parent="160">
-                     <mxGeometry x="30" width="200" height="30" as="geometry">
-                         <mxRectangle width="200" height="30" as="alternateBounds"/>
-                     </mxGeometry>
-                 </mxCell>
-                 <mxCell id="67" value="" style="shape=tableRow;horizontal=0;startSize=0;swimlaneHead=0;swimlaneBody=0;fillColor=none;collapsible=0;dropTarget=0;points=[[0,0.5],[1,0.5]];portConstraint=eastwest;top=0;left=0;right=0;bottom=0;" vertex="1" parent="60">
+                 <mxCell id="68" value="" style="shape=partialRectangle;connectable=0;fillColor=none;top=0;left=0;bottom=0;right=0;editable=1;overflow=hidden;whiteSpace=wrap;html=1;" vertex="1" parent="67">
+                     <mxGeometry width="30" height="30" as="geometry">
+                         <mxRectangle width="30" height="30" as="alternateBounds"/>
+                     </mxGeometry>
+                 </mxCell>
+                 <mxCell id="69" value="Version: Version" style="shape=partialRectangle;connectable=0;fillColor=none;top=0;left=0;bottom=0;right=0;align=left;spacingLeft=6;overflow=hidden;whiteSpace=wrap;html=1;" vertex="1" parent="67">
+                     <mxGeometry x="30" width="200" height="30" as="geometry">
+                         <mxRectangle width="200" height="30" as="alternateBounds"/>
+                     </mxGeometry>
+                 </mxCell>
+                 <mxCell id="-0tvhQEUGQ-0Br2jjNtS-207" style="shape=tableRow;horizontal=0;startSize=0;swimlaneHead=0;swimlaneBody=0;fillColor=none;collapsible=0;dropTarget=0;points=[[0,0.5],[1,0.5]];portConstraint=eastwest;top=0;left=0;right=0;bottom=0;" vertex="1" parent="60">
                    <mxGeometry y="150" width="230" height="30" as="geometry"/>
                </mxCell>
-                 <mxCell id="68" value="" style="shape=partialRectangle;connectable=0;fillColor=none;top=0;left=0;bottom=0;right=0;editable=1;overflow=hidden;whiteSpace=wrap;html=1;" vertex="1" parent="67">
-                     <mxGeometry width="30" height="30" as="geometry">
-                         <mxRectangle width="30" height="30" as="alternateBounds"/>
-                     </mxGeometry>
-                 </mxCell>
-                 <mxCell id="69" value="Version: Version" style="shape=partialRectangle;connectable=0;fillColor=none;top=0;left=0;bottom=0;right=0;align=left;spacingLeft=6;overflow=hidden;whiteSpace=wrap;html=1;" vertex="1" parent="67">
+                 <mxCell id="-0tvhQEUGQ-0Br2jjNtS-208" style="shape=partialRectangle;connectable=0;fillColor=none;top=0;left=0;bottom=0;right=0;editable=1;overflow=hidden;whiteSpace=wrap;html=1;" vertex="1" parent="-0tvhQEUGQ-0Br2jjNtS-207">
+                     <mxGeometry width="30" height="30" as="geometry">
+                         <mxRectangle width="30" height="30" as="alternateBounds"/>
+                     </mxGeometry>
+                 </mxCell>
+                 <mxCell id="-0tvhQEUGQ-0Br2jjNtS-209" value="System: SystemVersionRef" style="shape=partialRectangle;connectable=0;fillColor=none;top=0;left=0;bottom=0;right=0;align=left;spacingLeft=6;overflow=hidden;whiteSpace=wrap;html=1;" vertex="1" parent="-0tvhQEUGQ-0Br2jjNtS-207">
                    <mxGeometry x="30" width="200" height="30" as="geometry">
                        <mxRectangle width="200" height="30" as="alternateBounds"/>
                    </mxGeometry>
                </mxCell>
                <mxCell id="70" value="" style="shape=tableRow;horizontal=0;startSize=0;swimlaneHead=0;swimlaneBody=0;fillColor=none;collapsible=0;dropTarget=0;points=[[0,0.5],[1,0.5]];portConstraint=eastwest;top=0;left=0;right=0;bottom=0;" vertex="1" parent="60">
                    <mxGeometry y="180" width="230" height="30" as="geometry"/>
                </mxCell>
                <mxCell id="71" value="" style="shape=partialRectangle;connectable=0;fillColor=none;top=0;left=0;bottom=0;right=0;editable=1;overflow=hidden;whiteSpace=wrap;html=1;" vertex="1" parent="70">
                    <mxGeometry width="30" height="30" as="geometry">
                        <mxRectangle width="30" height="30" as="alternateBounds"/>
                    </mxGeometry>
                </mxCell>
                <mxCell id="72" value="Consumes: []ApiVersionRef" style="shape=partialRectangle;connectable=0;fillColor=none;top=0;left=0;bottom=0;right=0;align=left;spacingLeft=6;overflow=hidden;whiteSpace=wrap;html=1;" vertex="1" parent="70">
                    <mxGeometry x="30" width="200" height="30" as="geometry">
                        <mxRectangle width="200" height="30" as="alternateBounds"/>
                    </mxGeometry>
                </mxCell>
                <mxCell id="100" style="shape=tableRow;horizontal=0;startSize=0;swimlaneHead=0;swimlaneBody=0;fillColor=none;collapsible=0;dropTarget=0;points=[[0,0.5],[1,0.5]];portConstraint=eastwest;top=0;left=0;right=0;bottom=0;" vertex="1" parent="60">
                    <mxGeometry y="210" width="230" height="30" as="geometry"/>
                </mxCell>
                <mxCell id="101" style="shape=partialRectangle;connectable=0;fillColor=none;top=0;left=0;bottom=0;right=0;editable=1;overflow=hidden;whiteSpace=wrap;html=1;" vertex="1" parent="100">
                    <mxGeometry width="30" height="30" as="geometry">
                        <mxRectangle width="30" height="30" as="alternateBounds"/>
                    </mxGeometry>
                </mxCell>
                <mxCell id="102" value="Provides: []ApiVersionRef" style="shape=partialRectangle;connectable=0;fillColor=none;top=0;left=0;bottom=0;right=0;align=left;spacingLeft=6;overflow=hidden;whiteSpace=wrap;html=1;" vertex="1" parent="100">
                    <mxGeometry x="30" width="200" height="30" as="geometry">
                        <mxRectangle width="200" height="30" as="alternateBounds"/>
                    </mxGeometry>
                </mxCell>
                <mxCell id="196" style="shape=tableRow;horizontal=0;startSize=0;swimlaneHead=0;swimlaneBody=0;fillColor=none;collapsible=0;dropTarget=0;points=[[0,0.5],[1,0.5]];portConstraint=eastwest;top=0;left=0;right=0;bottom=0;" vertex="1" parent="60">
                    <mxGeometry y="240" width="230" height="30" as="geometry"/>
                </mxCell>
                <mxCell id="197" style="shape=partialRectangle;connectable=0;fillColor=none;top=0;left=0;bottom=0;right=0;editable=1;overflow=hidden;whiteSpace=wrap;html=1;" vertex="1" parent="196">
                    <mxGeometry width="30" height="30" as="geometry">
                        <mxRectangle width="30" height="30" as="alternateBounds"/>
                    </mxGeometry>
                </mxCell>
                <mxCell id="198" value="&lt;span style=&quot;color: rgb(0, 0, 0); font-family: Helvetica; font-size: 12px; font-style: normal; font-variant-ligatures: normal; font-variant-caps: normal; font-weight: 400; letter-spacing: normal; orphans: 2; text-align: left; text-indent: 0px; text-transform: none; widows: 2; word-spacing: 0px; -webkit-text-stroke-width: 0px; white-space: normal; background-color: rgb(251, 251, 251); text-decoration-thickness: initial; text-decoration-style: initial; text-decoration-color: initial; display: inline !important; float: none;&quot;&gt;Annotations: map(string)string&lt;/span&gt;" style="shape=partialRectangle;connectable=0;fillColor=none;top=0;left=0;bottom=0;right=0;align=left;spacingLeft=6;overflow=hidden;whiteSpace=wrap;html=1;" vertex="1" parent="196">
                    <mxGeometry x="30" width="200" height="30" as="geometry">
                        <mxRectangle width="200" height="30" as="alternateBounds"/>
                    </mxGeometry>
                </mxCell>
                <mxCell id="73" value="Version (embedded)" style="shape=table;startSize=30;container=1;collapsible=1;childLayout=tableLayout;fixedRows=1;rowLines=0;fontStyle=1;align=center;resizeLast=1;html=1;" vertex="1" parent="1">
                    <mxGeometry x="300" y="-130" width="260" height="150" as="geometry"/>
                </mxCell>
                <mxCell id="86" style="shape=tableRow;horizontal=0;startSize=0;swimlaneHead=0;swimlaneBody=0;fillColor=none;collapsible=0;dropTarget=0;points=[[0,0.5],[1,0.5]];portConstraint=eastwest;top=0;left=0;right=0;bottom=0;" vertex="1" parent="73">
                    <mxGeometry y="30" width="260" height="30" as="geometry"/>
                </mxCell>
                <mxCell id="87" style="shape=partialRectangle;connectable=0;fillColor=none;top=0;left=0;bottom=0;right=0;editable=1;overflow=hidden;whiteSpace=wrap;html=1;" vertex="1" parent="86">
                    <mxGeometry width="30" height="30" as="geometry">
                        <mxRectangle width="30" height="30" as="alternateBounds"/>
                    </mxGeometry>
                </mxCell>
                <mxCell id="88" value="Version: string" style="shape=partialRectangle;connectable=0;fillColor=none;top=0;left=0;bottom=0;right=0;align=left;spacingLeft=6;overflow=hidden;whiteSpace=wrap;html=1;" vertex="1" parent="86">
                    <mxGeometry x="30" width="230" height="30" as="geometry">
                        <mxRectangle width="230" height="30" as="alternateBounds"/>
                    </mxGeometry>
                </mxCell>
                <mxCell id="77" value="" style="shape=tableRow;horizontal=0;startSize=0;swimlaneHead=0;swimlaneBody=0;fillColor=none;collapsible=0;dropTarget=0;points=[[0,0.5],[1,0.5]];portConstraint=eastwest;top=0;left=0;right=0;bottom=0;" vertex="1" parent="73">
                    <mxGeometry y="60" width="260" height="30" as="geometry"/>
                </mxCell>
                <mxCell id="78" value="" style="shape=partialRectangle;connectable=0;fillColor=none;top=0;left=0;bottom=0;right=0;editable=1;overflow=hidden;whiteSpace=wrap;html=1;" vertex="1" parent="77">
                    <mxGeometry width="30" height="30" as="geometry">
                        <mxRectangle width="30" height="30" as="alternateBounds"/>
                    </mxGeometry>
                </mxCell>
                <mxCell id="79" value="AvailableFrom: date-time, optional" style="shape=partialRectangle;connectable=0;fillColor=none;top=0;left=0;bottom=0;right=0;align=left;spacingLeft=6;overflow=hidden;whiteSpace=wrap;html=1;" vertex="1" parent="77">
                    <mxGeometry x="30" width="230" height="30" as="geometry">
                        <mxRectangle width="230" height="30" as="alternateBounds"/>
                    </mxGeometry>
                </mxCell>
                <mxCell id="80" value="" style="shape=tableRow;horizontal=0;startSize=0;swimlaneHead=0;swimlaneBody=0;fillColor=none;collapsible=0;dropTarget=0;points=[[0,0.5],[1,0.5]];portConstraint=eastwest;top=0;left=0;right=0;bottom=0;" vertex="1" parent="73">
                    <mxGeometry y="90" width="260" height="30" as="geometry"/>
                </mxCell>
                <mxCell id="81" value="" style="shape=partialRectangle;connectable=0;fillColor=none;top=0;left=0;bottom=0;right=0;editable=1;overflow=hidden;whiteSpace=wrap;html=1;" vertex="1" parent="80">
                    <mxGeometry width="30" height="30" as="geometry">
                        <mxRectangle width="30" height="30" as="alternateBounds"/>
                    </mxGeometry>
                </mxCell>
                <mxCell id="82" value="DeprecatedFrom: date-time, optional" style="shape=partialRectangle;connectable=0;fillColor=none;top=0;left=0;bottom=0;right=0;align=left;spacingLeft=6;overflow=hidden;whiteSpace=wrap;html=1;" vertex="1" parent="80">
                    <mxGeometry x="30" width="230" height="30" as="geometry">
                        <mxRectangle width="230" height="30" as="alternateBounds"/>
                    </mxGeometry>
                </mxCell>
                <mxCell id="83" value="" style="shape=tableRow;horizontal=0;startSize=0;swimlaneHead=0;swimlaneBody=0;fillColor=none;collapsible=0;dropTarget=0;points=[[0,0.5],[1,0.5]];portConstraint=eastwest;top=0;left=0;right=0;bottom=0;" vertex="1" parent="73">
                    <mxGeometry y="120" width="260" height="30" as="geometry"/>
                </mxCell>
                <mxCell id="84" value="" style="shape=partialRectangle;connectable=0;fillColor=none;top=0;left=0;bottom=0;right=0;editable=1;overflow=hidden;whiteSpace=wrap;html=1;" vertex="1" parent="83">
                    <mxGeometry width="30" height="30" as="geometry">
                        <mxRectangle width="30" height="30" as="alternateBounds"/>
                    </mxGeometry>
                </mxCell>
                <mxCell id="85" value="TerminatedFrom: date-time, optional" style="shape=partialRectangle;connectable=0;fillColor=none;top=0;left=0;bottom=0;right=0;align=left;spacingLeft=6;overflow=hidden;whiteSpace=wrap;html=1;" vertex="1" parent="83">
                    <mxGeometry x="30" width="230" height="30" as="geometry">
                        <mxRectangle width="230" height="30" as="alternateBounds"/>
                    </mxGeometry>
                </mxCell>
                <mxCell id="92" style="edgeStyle=orthogonalEdgeStyle;html=1;startArrow=diamond;startFill=1;endArrow=none;endFill=0;endSize=16;startSize=16;" edge="1" parent="1" source="89" target="73">
                    <mxGeometry relative="1" as="geometry">
                        <Array as="points">
                            <mxPoint x="230" y="265"/>
                            <mxPoint x="230" y="-55"/>
                        </Array>
                    </mxGeometry>
                </mxCell>
                <mxCell id="97" style="edgeStyle=orthogonalEdgeStyle;html=1;startArrow=diamond;startFill=1;endArrow=none;endFill=0;endSize=16;startSize=16;" edge="1" parent="1" source="94" target="73">
                    <mxGeometry relative="1" as="geometry">
                        <Array as="points">
                            <mxPoint x="230" y="190"/>
                            <mxPoint x="230" y="-55"/>
                        </Array>
                    </mxGeometry>
                </mxCell>
                <mxCell id="98" style="edgeStyle=orthogonalEdgeStyle;html=1;startArrow=diamond;startFill=1;endArrow=none;endFill=0;endSize=16;startSize=16;" edge="1" parent="1" source="67" target="73">
                    <mxGeometry relative="1" as="geometry"/>
                </mxCell>
                <mxCell id="107" value="SystemInstance" style="shape=table;startSize=30;container=1;collapsible=1;childLayout=tableLayout;fixedRows=1;rowLines=0;fontStyle=1;align=center;resizeLast=1;html=1;whiteSpace=wrap;" vertex="1" parent="1">
                    <mxGeometry x="-97.5" y="400" width="205" height="150" as="geometry"/>
                </mxCell>
                <mxCell id="120" value="" style="shape=tableRow;horizontal=0;startSize=0;swimlaneHead=0;swimlaneBody=0;fillColor=none;collapsible=0;dropTarget=0;points=[[0,0.5],[1,0.5]];portConstraint=eastwest;top=0;left=0;right=0;bottom=1;" vertex="1" parent="107">
                    <mxGeometry y="30" width="205" height="30" as="geometry"/>
                </mxCell>
                <mxCell id="121" value="PK" style="shape=partialRectangle;connectable=0;fillColor=none;top=0;left=0;bottom=0;right=0;fontStyle=1;overflow=hidden;whiteSpace=wrap;html=1;" vertex="1" parent="120">
                    <mxGeometry width="35" height="30" as="geometry">
                        <mxRectangle width="35" height="30" as="alternateBounds"/>
                    </mxGeometry>
                </mxCell>
                <mxCell id="122" value="SystemInstanceID: UUID" style="shape=partialRectangle;connectable=0;fillColor=none;top=0;left=0;bottom=0;right=0;align=left;spacingLeft=6;fontStyle=5;overflow=hidden;whiteSpace=wrap;html=1;" vertex="1" parent="120">
                    <mxGeometry x="35" width="170" height="30" as="geometry">
                        <mxRectangle width="170" height="30" as="alternateBounds"/>
                    </mxGeometry>
                </mxCell>
                <mxCell id="114" value="" style="shape=tableRow;horizontal=0;startSize=0;swimlaneHead=0;swimlaneBody=0;fillColor=none;collapsible=0;dropTarget=0;points=[[0,0.5],[1,0.5]];portConstraint=eastwest;top=0;left=0;right=0;bottom=0;html=1;" vertex="1" parent="107">
                    <mxGeometry y="60" width="205" height="30" as="geometry"/>
                </mxCell>
                <mxCell id="115" value="" style="shape=partialRectangle;connectable=0;fillColor=none;top=0;left=0;bottom=0;right=0;editable=1;overflow=hidden;html=1;whiteSpace=wrap;" vertex="1" parent="114">
                    <mxGeometry width="35" height="30" as="geometry">
                        <mxRectangle width="35" height="30" as="alternateBounds"/>
                    </mxGeometry>
                </mxCell>
                <mxCell id="116" value="DisplayName: string" style="shape=partialRectangle;connectable=0;fillColor=none;top=0;left=0;bottom=0;right=0;align=left;spacingLeft=6;overflow=hidden;html=1;whiteSpace=wrap;" vertex="1" parent="114">
                    <mxGeometry x="35" width="170" height="30" as="geometry">
                        <mxRectangle width="170" height="30" as="alternateBounds"/>
                    </mxGeometry>
                </mxCell>
                <mxCell id="166" style="shape=tableRow;horizontal=0;startSize=0;swimlaneHead=0;swimlaneBody=0;fillColor=none;collapsible=0;dropTarget=0;points=[[0,0.5],[1,0.5]];portConstraint=eastwest;top=0;left=0;right=0;bottom=0;html=1;" vertex="1" parent="107">
                    <mxGeometry y="90" width="205" height="30" as="geometry"/>
                </mxCell>
                <mxCell id="167" style="shape=partialRectangle;connectable=0;fillColor=none;top=0;left=0;bottom=0;right=0;editable=1;overflow=hidden;html=1;whiteSpace=wrap;" vertex="1" parent="166">
                    <mxGeometry width="35" height="30" as="geometry">
                        <mxRectangle width="35" height="30" as="alternateBounds"/>
                    </mxGeometry>
                </mxCell>
                <mxCell id="168" value="System: SystemVersionRef" style="shape=partialRectangle;connectable=0;fillColor=none;top=0;left=0;bottom=0;right=0;align=left;spacingLeft=6;overflow=hidden;html=1;whiteSpace=wrap;" vertex="1" parent="166">
                    <mxGeometry x="35" width="170" height="30" as="geometry">
                        <mxRectangle width="170" height="30" as="alternateBounds"/>
                    </mxGeometry>
                </mxCell>
                <mxCell id="199" style="shape=tableRow;horizontal=0;startSize=0;swimlaneHead=0;swimlaneBody=0;fillColor=none;collapsible=0;dropTarget=0;points=[[0,0.5],[1,0.5]];portConstraint=eastwest;top=0;left=0;right=0;bottom=0;html=1;" vertex="1" parent="107">
                    <mxGeometry y="120" width="205" height="30" as="geometry"/>
                </mxCell>
                <mxCell id="200" style="shape=partialRectangle;connectable=0;fillColor=none;top=0;left=0;bottom=0;right=0;editable=1;overflow=hidden;html=1;whiteSpace=wrap;" vertex="1" parent="199">
                    <mxGeometry width="35" height="30" as="geometry">
                        <mxRectangle width="35" height="30" as="alternateBounds"/>
                    </mxGeometry>
                </mxCell>
                <mxCell id="201" value="&lt;span style=&quot;color: rgb(0, 0, 0); font-family: Helvetica; font-size: 12px; font-style: normal; font-variant-ligatures: normal; font-variant-caps: normal; font-weight: 400; letter-spacing: normal; orphans: 2; text-align: left; text-indent: 0px; text-transform: none; widows: 2; word-spacing: 0px; -webkit-text-stroke-width: 0px; white-space: normal; background-color: rgb(251, 251, 251); text-decoration-thickness: initial; text-decoration-style: initial; text-decoration-color: initial; display: inline !important; float: none;&quot;&gt;Annotations: map(string)string&lt;/span&gt;" style="shape=partialRectangle;connectable=0;fillColor=none;top=0;left=0;bottom=0;right=0;align=left;spacingLeft=6;overflow=hidden;html=1;whiteSpace=wrap;" vertex="1" parent="199">
                    <mxGeometry x="35" width="170" height="30" as="geometry">
                        <mxRectangle width="170" height="30" as="alternateBounds"/>
                    </mxGeometry>
                </mxCell>
                <mxCell id="130" style="edgeStyle=orthogonalEdgeStyle;html=1;" edge="1" parent="1" source="70" target="30">
                    <mxGeometry relative="1" as="geometry"/>
                </mxCell>
                <mxCell id="131" style="edgeStyle=orthogonalEdgeStyle;html=1;" edge="1" parent="1" source="100" target="30">
                    <mxGeometry relative="1" as="geometry"/>
                </mxCell>
                <mxCell id="132" style="edgeStyle=orthogonalEdgeStyle;html=1;endArrow=diamond;endFill=0;endSize=16;startSize=16;" edge="1" parent="1" source="54" target="107">
                    <mxGeometry relative="1" as="geometry"/>
                </mxCell>
                <mxCell id="133" value="ComponentInstance" style="shape=table;startSize=30;container=1;collapsible=1;childLayout=tableLayout;fixedRows=1;rowLines=0;fontStyle=1;align=center;resizeLast=1;html=1;" vertex="1" parent="1">
                    <mxGeometry x="645.5" y="410" width="244.5" height="210" as="geometry"/>
                </mxCell>
                <mxCell id="134" value="" style="shape=tableRow;horizontal=0;startSize=0;swimlaneHead=0;swimlaneBody=0;fillColor=none;collapsible=0;dropTarget=0;points=[[0,0.5],[1,0.5]];portConstraint=eastwest;top=0;left=0;right=0;bottom=1;" vertex="1" parent="133">
                    <mxGeometry y="30" width="244.5" height="30" as="geometry"/>
                </mxCell>
                <mxCell id="135" value="PK" style="shape=partialRectangle;connectable=0;fillColor=none;top=0;left=0;bottom=0;right=0;fontStyle=1;overflow=hidden;whiteSpace=wrap;html=1;" vertex="1" parent="134">
                    <mxGeometry width="30" height="30" as="geometry">
                        <mxRectangle width="30" height="30" as="alternateBounds"/>
                    </mxGeometry>
                </mxCell>
                <mxCell id="136" value="ComponentInstanceId: UUID" style="shape=partialRectangle;connectable=0;fillColor=none;top=0;left=0;bottom=0;right=0;align=left;spacingLeft=6;fontStyle=5;overflow=hidden;whiteSpace=wrap;html=1;" vertex="1" parent="134">
                    <mxGeometry x="30" width="214.5" height="30" as="geometry">
                        <mxRectangle width="214.5" height="30" as="alternateBounds"/>
                    </mxGeometry>
                </mxCell>
                <mxCell id="137" value="" style="shape=tableRow;horizontal=0;startSize=0;swimlaneHead=0;swimlaneBody=0;fillColor=none;collapsible=0;dropTarget=0;points=[[0,0.5],[1,0.5]];portConstraint=eastwest;top=0;left=0;right=0;bottom=0;" vertex="1" parent="133">
                    <mxGeometry y="60" width="244.5" height="30" as="geometry"/>
                </mxCell>
                <mxCell id="138" value="" style="shape=partialRectangle;connectable=0;fillColor=none;top=0;left=0;bottom=0;right=0;editable=1;overflow=hidden;whiteSpace=wrap;html=1;" vertex="1" parent="137">
                    <mxGeometry width="30" height="30" as="geometry">
                        <mxRectangle width="30" height="30" as="alternateBounds"/>
                    </mxGeometry>
                </mxCell>
                <mxCell id="139" value="DisplayName: string" style="shape=partialRectangle;connectable=0;fillColor=none;top=0;left=0;bottom=0;right=0;align=left;spacingLeft=6;overflow=hidden;whiteSpace=wrap;html=1;" vertex="1" parent="137">
                    <mxGeometry x="30" width="214.5" height="30" as="geometry">
                        <mxRectangle width="214.5" height="30" as="alternateBounds"/>
                    </mxGeometry>
                </mxCell>
                <mxCell id="169" style="shape=tableRow;horizontal=0;startSize=0;swimlaneHead=0;swimlaneBody=0;fillColor=none;collapsible=0;dropTarget=0;points=[[0,0.5],[1,0.5]];portConstraint=eastwest;top=0;left=0;right=0;bottom=0;" vertex="1" parent="133">
                    <mxGeometry y="90" width="244.5" height="30" as="geometry"/>
                </mxCell>
                <mxCell id="170" style="shape=partialRectangle;connectable=0;fillColor=none;top=0;left=0;bottom=0;right=0;editable=1;overflow=hidden;whiteSpace=wrap;html=1;" vertex="1" parent="169">
                    <mxGeometry width="30" height="30" as="geometry">
                        <mxRectangle width="30" height="30" as="alternateBounds"/>
                    </mxGeometry>
                </mxCell>
                <mxCell id="171" value="Component: ComponentVersionRef" style="shape=partialRectangle;connectable=0;fillColor=none;top=0;left=0;bottom=0;right=0;align=left;spacingLeft=6;overflow=hidden;whiteSpace=wrap;html=1;" vertex="1" parent="169">
                    <mxGeometry x="30" width="214.5" height="30" as="geometry">
                        <mxRectangle width="214.5" height="30" as="alternateBounds"/>
                    </mxGeometry>
                </mxCell>
                <mxCell id="140" value="" style="shape=tableRow;horizontal=0;startSize=0;swimlaneHead=0;swimlaneBody=0;fillColor=none;collapsible=0;dropTarget=0;points=[[0,0.5],[1,0.5]];portConstraint=eastwest;top=0;left=0;right=0;bottom=0;" vertex="1" parent="133">
                    <mxGeometry y="120" width="244.5" height="30" as="geometry"/>
                </mxCell>
                <mxCell id="141" value="" style="shape=partialRectangle;connectable=0;fillColor=none;top=0;left=0;bottom=0;right=0;editable=1;overflow=hidden;whiteSpace=wrap;html=1;" vertex="1" parent="140">
                    <mxGeometry width="30" height="30" as="geometry">
                        <mxRectangle width="30" height="30" as="alternateBounds"/>
                    </mxGeometry>
                </mxCell>
                <mxCell id="142" value="Consumes: []ApiInstanceRef" style="shape=partialRectangle;connectable=0;fillColor=none;top=0;left=0;bottom=0;right=0;align=left;spacingLeft=6;overflow=hidden;whiteSpace=wrap;html=1;" vertex="1" parent="140">
                    <mxGeometry x="30" width="214.5" height="30" as="geometry">
                        <mxRectangle width="214.5" height="30" as="alternateBounds"/>
                    </mxGeometry>
                </mxCell>
                <mxCell id="143" value="" style="shape=tableRow;horizontal=0;startSize=0;swimlaneHead=0;swimlaneBody=0;fillColor=none;collapsible=0;dropTarget=0;points=[[0,0.5],[1,0.5]];portConstraint=eastwest;top=0;left=0;right=0;bottom=0;" vertex="1" parent="133">
                    <mxGeometry y="150" width="244.5" height="30" as="geometry"/>
                </mxCell>
                <mxCell id="144" value="" style="shape=partialRectangle;connectable=0;fillColor=none;top=0;left=0;bottom=0;right=0;editable=1;overflow=hidden;whiteSpace=wrap;html=1;" vertex="1" parent="143">
                    <mxGeometry width="30" height="30" as="geometry">
                        <mxRectangle width="30" height="30" as="alternateBounds"/>
                    </mxGeometry>
                </mxCell>
                <mxCell id="145" value="Provides: []ApiInstanceRef" style="shape=partialRectangle;connectable=0;fillColor=none;top=0;left=0;bottom=0;right=0;align=left;spacingLeft=6;overflow=hidden;whiteSpace=wrap;html=1;" vertex="1" parent="143">
                    <mxGeometry x="30" width="214.5" height="30" as="geometry">
                        <mxRectangle width="214.5" height="30" as="alternateBounds"/>
                    </mxGeometry>
                </mxCell>
                <mxCell id="205" style="shape=tableRow;horizontal=0;startSize=0;swimlaneHead=0;swimlaneBody=0;fillColor=none;collapsible=0;dropTarget=0;points=[[0,0.5],[1,0.5]];portConstraint=eastwest;top=0;left=0;right=0;bottom=0;" vertex="1" parent="133">
                    <mxGeometry y="180" width="244.5" height="30" as="geometry"/>
                </mxCell>
                <mxCell id="206" style="shape=partialRectangle;connectable=0;fillColor=none;top=0;left=0;bottom=0;right=0;editable=1;overflow=hidden;whiteSpace=wrap;html=1;" vertex="1" parent="205">
                    <mxGeometry width="30" height="30" as="geometry">
                        <mxRectangle width="30" height="30" as="alternateBounds"/>
                    </mxGeometry>
                </mxCell>
                <mxCell id="207" value="&lt;span style=&quot;color: rgb(0, 0, 0); font-family: Helvetica; font-size: 12px; font-style: normal; font-variant-ligatures: normal; font-variant-caps: normal; font-weight: 400; letter-spacing: normal; orphans: 2; text-align: left; text-indent: 0px; text-transform: none; widows: 2; word-spacing: 0px; -webkit-text-stroke-width: 0px; white-space: normal; background-color: rgb(251, 251, 251); text-decoration-thickness: initial; text-decoration-style: initial; text-decoration-color: initial; display: inline !important; float: none;&quot;&gt;Annotations: map(string)string&lt;/span&gt;" style="shape=partialRectangle;connectable=0;fillColor=none;top=0;left=0;bottom=0;right=0;align=left;spacingLeft=6;overflow=hidden;whiteSpace=wrap;html=1;" vertex="1" parent="205">
                    <mxGeometry x="30" width="214.5" height="30" as="geometry">
                        <mxRectangle width="214.5" height="30" as="alternateBounds"/>
                    </mxGeometry>
                </mxCell>
                <mxCell id="146" style="edgeStyle=orthogonalEdgeStyle;html=1;" edge="1" parent="1" source="140" target="44">
                    <mxGeometry relative="1" as="geometry"/>
                </mxCell>
                <mxCell id="147" style="edgeStyle=orthogonalEdgeStyle;html=1;" edge="1" parent="1" source="143" target="44">
                    <mxGeometry relative="1" as="geometry"/>
                </mxCell>
                <mxCell id="150" value="Legend for entity tags:&lt;div&gt;&lt;ul&gt;&lt;li&gt;K8s: The entity has a definition as Kubernetes Custrom Resource Definition (CRD)&lt;/li&gt;&lt;li&gt;embeded: the entity is only available as substructure of another entity.&lt;/li&gt;&lt;li&gt;(none): The entity is availbable through the OpenAPI interface only.&lt;/li&gt;&lt;/ul&gt;&lt;/div&gt;" style="rounded=0;whiteSpace=wrap;html=1;align=left;spacingLeft=5;" vertex="1" parent="1">
                    <mxGeometry x="970" y="30" width="270" height="190" as="geometry"/>
                </mxCell>
+                 <mxCell id="-0tvhQEUGQ-0Br2jjNtS-210" style="edgeStyle=orthogonalEdgeStyle;html=1;endArrow=diamond;endFill=0;endSize=16;startSize=16;jumpStyle=gap;jumpSize=16;" edge="1" parent="1" source="-0tvhQEUGQ-0Br2jjNtS-207" target="2">
+                     <mxGeometry relative="1" as="geometry">
+                         <Array as="points">
+                             <mxPoint x="160" y="85"/>
+                             <mxPoint x="160"/>
+                             <mxPoint x="5"/>
+                         </Array>
+                     </mxGeometry>
+                 </mxCell>
            </root>
        </mxGraphModel>
    </diagram>
    <diagram id="1Na0wB4TWAYtptRaWDBc" name="Phase 2">
-         <mxGraphModel dx="726" dy="319" grid="1" gridSize="10" guides="1" tooltips="1" connect="1" arrows="1" fold="1" page="1" pageScale="1" pageWidth="827" pageHeight="1169" math="0" shadow="0">
+         <mxGraphModel dx="879" dy="319" grid="1" gridSize="10" guides="1" tooltips="1" connect="1" arrows="1" fold="1" page="1" pageScale="1" pageWidth="827" pageHeight="1169" math="0" shadow="0">
            <root>
                <mxCell id="0"/>
                <mxCell id="1" parent="0"/>
            </root>
        </mxGraphModel>
    </diagram>
</mxfile>